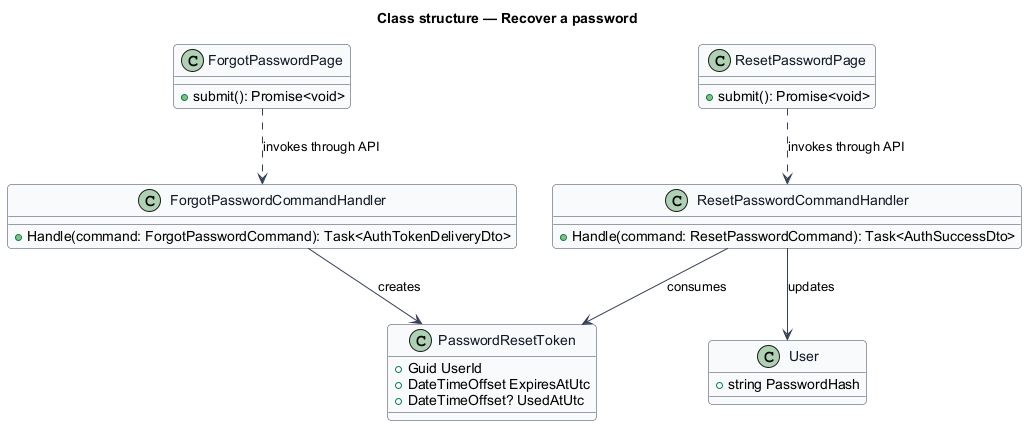
Earlier version of the PlantUML export docs/detailed-designs/identity-and-access/recover-password/diagrams/class-structure.png (QuinntyneBrown/saturdaze).
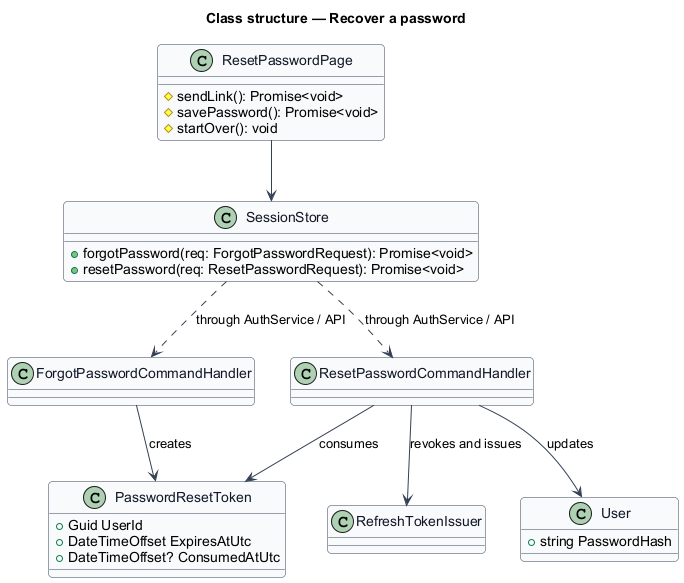
Later version of the same file.

Change to the diagram source:
```diff
@@ -11,29 +11,31 @@
 }
 title Class structure — Recover a password
 
-class ForgotPasswordPage {
-  +submit(): Promise<void>
+class ResetPasswordPage {
+  #sendLink(): Promise<void>
+  #savePassword(): Promise<void>
+  #startOver(): void
 }
-class ResetPasswordPage {
-  +submit(): Promise<void>
+class SessionStore {
+  +forgotPassword(req: ForgotPasswordRequest): Promise<void>
+  +resetPassword(req: ResetPasswordRequest): Promise<void>
 }
-class ForgotPasswordCommandHandler {
-  +Handle(command: ForgotPasswordCommand): Task<AuthTokenDeliveryDto>
-}
-class ResetPasswordCommandHandler {
-  +Handle(command: ResetPasswordCommand): Task<AuthSuccessDto>
-}
+class ForgotPasswordCommandHandler
+class ResetPasswordCommandHandler
+class RefreshTokenIssuer
 class PasswordResetToken {
   +Guid UserId
   +DateTimeOffset ExpiresAtUtc
-  +DateTimeOffset? UsedAtUtc
+  +DateTimeOffset? ConsumedAtUtc
 }
 class User {
   +string PasswordHash
 }
-ForgotPasswordPage ..> ForgotPasswordCommandHandler : invokes through API
-ResetPasswordPage ..> ResetPasswordCommandHandler : invokes through API
+ResetPasswordPage --> SessionStore
+SessionStore ..> ForgotPasswordCommandHandler : through AuthService / API
+SessionStore ..> ResetPasswordCommandHandler : through AuthService / API
 ForgotPasswordCommandHandler --> PasswordResetToken : creates
 ResetPasswordCommandHandler --> PasswordResetToken : consumes
 ResetPasswordCommandHandler --> User : updates
+ResetPasswordCommandHandler --> RefreshTokenIssuer : revokes and issues
 @enduml
```
